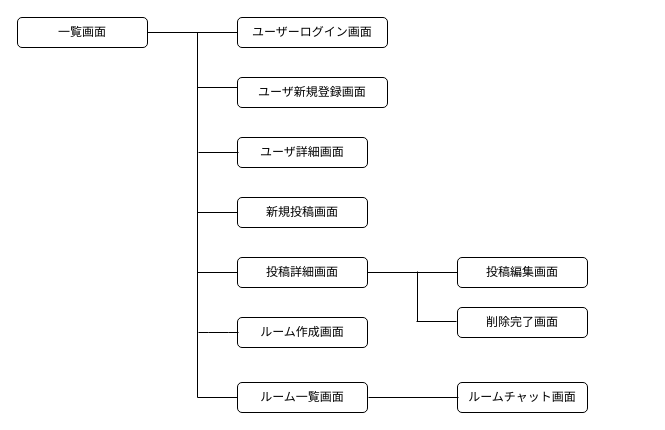
Earlier version of the draw.io diagram transition_diagram.dio (tatsubou1545/originalapp-39073). Source tidied: cells renumbered, new cells numbered last; positions are measured from the earlier drawing's top-left corner, leaving out a move shared by most shapes. Both pictures are drawn from the tidied source at 100%, with x=0, y=0 at pixel (17, 17).
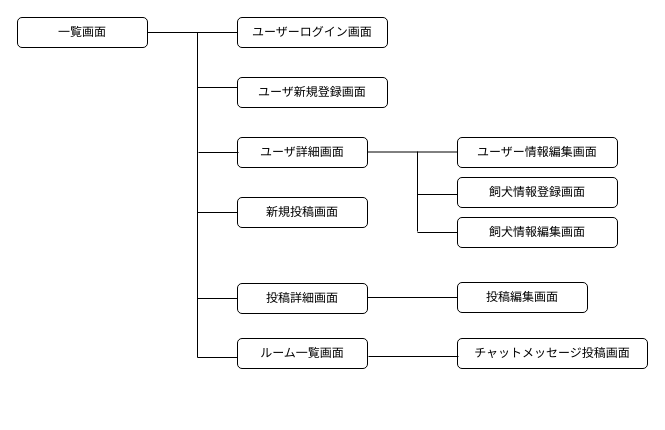
After the change.

Change to the diagram source:
```diff
@@
-<mxGraphModel>
+<mxGraphModel background="#ffffff">
@@
     <mxCell id="8" value="投稿詳細画面" style="rounded=1;whiteSpace=wrap;html=1;" parent="1" vertex="1">
-      <mxGeometry x="220" y="240" width="130" height="30" as="geometry" />
+      <mxGeometry x="220" y="266" width="130" height="30" as="geometry" />
     </mxCell>
-    <mxCell id="9" value="ルーム作成画面" style="rounded=1;whiteSpace=wrap;html=1;" parent="1" vertex="1">
-      <mxGeometry x="220" y="300" width="130" height="30" as="geometry" />
-    </mxCell>
-    <mxCell id="10" value="ルーム一覧画面" style="rounded=1;whiteSpace=wrap;html=1;" parent="1" vertex="1">
-      <mxGeometry x="220" y="365" width="130" height="30" as="geometry" />
-    </mxCell>
-    <mxCell id="11" value="投稿編集画面" style="rounded=1;whiteSpace=wrap;html=1;" parent="1" vertex="1">
-      <mxGeometry x="440" y="240" width="130" height="30" as="geometry" />
-    </mxCell>
-    <mxCell id="12" value="削除完了画面" style="rounded=1;whiteSpace=wrap;html=1;" parent="1" vertex="1">
-      <mxGeometry x="440" y="290" width="130" height="30" as="geometry" />
-    </mxCell>
-    <mxCell id="13" value="ルームチャット画面" style="rounded=1;whiteSpace=wrap;html=1;" parent="1" vertex="1">
-      <mxGeometry x="440" y="365" width="130" height="30" as="geometry" />
-    </mxCell>
     <mxCell id="14" style="endArrow=none;html=1;" parent="1" edge="1">
       <mxGeometry relative="1" as="geometry">
-        <mxPoint x="180" y="380" as="sourcePoint" />
-        <mxPoint x="220" y="380" as="targetPoint" />
+        <mxPoint x="180" y="340" as="sourcePoint" />
+        <mxPoint x="220" y="340" as="targetPoint" />
       </mxGeometry>
     </mxCell>
     <mxCell id="15" style="edgeStyle=none;html=1;endArrow=none;endFill=0;" parent="1" edge="1">
       <mxGeometry relative="1" as="geometry">
         <mxPoint x="180" y="15" as="sourcePoint" />
-        <mxPoint x="180" y="380" as="targetPoint" />
+        <mxPoint x="180" y="340" as="targetPoint" />
       </mxGeometry>
     </mxCell>
@@
     <mxCell id="19" style="edgeStyle=none;html=1;endArrow=none;endFill=0;" parent="1" edge="1">
       <mxGeometry relative="1" as="geometry">
-        <mxPoint x="180" y="255" as="sourcePoint" />
-        <mxPoint x="220" y="255" as="targetPoint" />
+        <mxPoint x="180" y="281" as="sourcePoint" />
+        <mxPoint x="220" y="281" as="targetPoint" />
       </mxGeometry>
     </mxCell>
-    <mxCell id="20" style="edgeStyle=none;html=1;endArrow=none;endFill=0;" parent="1" edge="1">
-      <mxGeometry relative="1" as="geometry">
-        <mxPoint x="181" y="315" as="sourcePoint" />
-        <mxPoint x="221" y="315" as="targetPoint" />
-        <Array as="points">
-          <mxPoint x="201" y="315" />
-        </Array>
-      </mxGeometry>
-    </mxCell>
-    <mxCell id="21" style="edgeStyle=none;html=1;endArrow=none;endFill=0;exitX=1;exitY=0.5;exitDx=0;exitDy=0;entryX=0;entryY=0.5;entryDx=0;entryDy=0;" parent="1" edge="1" source="8" target="11">
-      <mxGeometry relative="1" as="geometry" />
-    </mxCell>
-    <mxCell id="22" style="edgeStyle=none;html=1;endArrow=none;endFill=0;" parent="1" edge="1">
-      <mxGeometry relative="1" as="geometry">
-        <mxPoint x="400" y="304" as="sourcePoint" />
-        <mxPoint x="400" y="254" as="targetPoint" />
-      </mxGeometry>
-    </mxCell>
-    <mxCell id="23" style="edgeStyle=none;html=1;endArrow=none;endFill=0;" parent="1" edge="1">
-      <mxGeometry relative="1" as="geometry">
-        <mxPoint x="399" y="304" as="sourcePoint" />
-        <mxPoint x="439" y="304" as="targetPoint" />
-      </mxGeometry>
-    </mxCell>
-    <mxCell id="24" style="edgeStyle=none;html=1;endArrow=none;endFill=0;exitX=1;exitY=0.5;exitDx=0;exitDy=0;entryX=0;entryY=0.5;entryDx=0;entryDy=0;" parent="1" edge="1">
-      <mxGeometry relative="1" as="geometry">
-        <mxPoint x="351" y="380" as="sourcePoint" />
-        <mxPoint x="441" y="380" as="targetPoint" />
-      </mxGeometry>
-    </mxCell>
+    <mxCell id="25" style="edgeStyle=none;html=1;endArrow=none;endFill=0;exitX=1;exitY=0.5;exitDx=0;exitDy=0;entryX=0;entryY=0.5;entryDx=0;entryDy=0;" parent="1" edge="1">
+      <mxGeometry relative="1" as="geometry">
+        <mxPoint x="350" y="134.5" as="sourcePoint" />
+        <mxPoint x="440" y="134.5" as="targetPoint" />
+      </mxGeometry>
+    </mxCell>
+    <mxCell id="26" value="ユーザー情報編集画面" style="rounded=1;whiteSpace=wrap;html=1;" parent="1" vertex="1">
+      <mxGeometry x="440" y="120" width="160" height="30" as="geometry" />
+    </mxCell>
+    <mxCell id="27" value="飼犬情報編集画面" style="rounded=1;whiteSpace=wrap;html=1;" parent="1" vertex="1">
+      <mxGeometry x="440" y="200" width="160" height="30" as="geometry" />
+    </mxCell>
+    <mxCell id="11" value="投稿編集画面" style="rounded=1;whiteSpace=wrap;html=1;" parent="1" vertex="1">
+      <mxGeometry x="440" y="265" width="130" height="30" as="geometry" />
+    </mxCell>
+    <mxCell id="28" style="edgeStyle=none;html=1;endArrow=none;endFill=0;exitX=0;exitY=0.5;exitDx=0;exitDy=0;" parent="1" edge="1" source="11">
+      <mxGeometry relative="1" as="geometry">
+        <mxPoint x="350" y="280" as="targetPoint" />
+      </mxGeometry>
+    </mxCell>
+    <mxCell id="29" value="飼犬情報登録画面" style="rounded=1;whiteSpace=wrap;html=1;" parent="1" vertex="1">
+      <mxGeometry x="440" y="160" width="160" height="30" as="geometry" />
+    </mxCell>
+    <mxCell id="30" style="edgeStyle=none;html=1;endArrow=none;endFill=0;entryX=0;entryY=0.5;entryDx=0;entryDy=0;" parent="1" edge="1" target="27">
+      <mxGeometry relative="1" as="geometry">
+        <mxPoint x="400" y="215" as="sourcePoint" />
+      </mxGeometry>
+    </mxCell>
+    <mxCell id="31" style="edgeStyle=none;html=1;endArrow=none;endFill=0;" parent="1" edge="1">
+      <mxGeometry relative="1" as="geometry">
+        <mxPoint x="400" y="134" as="sourcePoint" />
+        <mxPoint x="400" y="214" as="targetPoint" />
+      </mxGeometry>
+    </mxCell>
+    <mxCell id="32" style="edgeStyle=none;html=1;endArrow=none;endFill=0;entryX=0;entryY=0.5;entryDx=0;entryDy=0;" parent="1" edge="1">
+      <mxGeometry relative="1" as="geometry">
+        <mxPoint x="400" y="177" as="sourcePoint" />
+        <mxPoint x="440" y="177" as="targetPoint" />
+      </mxGeometry>
+    </mxCell>
+    <mxCell id="10" value="ルーム一覧画面" style="rounded=1;whiteSpace=wrap;html=1;" parent="1" vertex="1">
+      <mxGeometry x="220" y="321" width="130" height="30" as="geometry" />
+    </mxCell>
+    <mxCell id="33" value="チャットメッセージ投稿画面" style="rounded=1;whiteSpace=wrap;html=1;" parent="1" vertex="1">
+      <mxGeometry x="440" y="321" width="190" height="30" as="geometry" />
+    </mxCell>
+    <mxCell id="34" style="edgeStyle=none;html=1;endArrow=none;endFill=0;exitX=1;exitY=0.5;exitDx=0;exitDy=0;entryX=0;entryY=0.5;entryDx=0;entryDy=0;" parent="1" edge="1">
+      <mxGeometry relative="1" as="geometry">
+        <mxPoint x="351" y="339" as="sourcePoint" />
+        <mxPoint x="441" y="339" as="targetPoint" />
+      </mxGeometry>
+    </mxCell>
```
